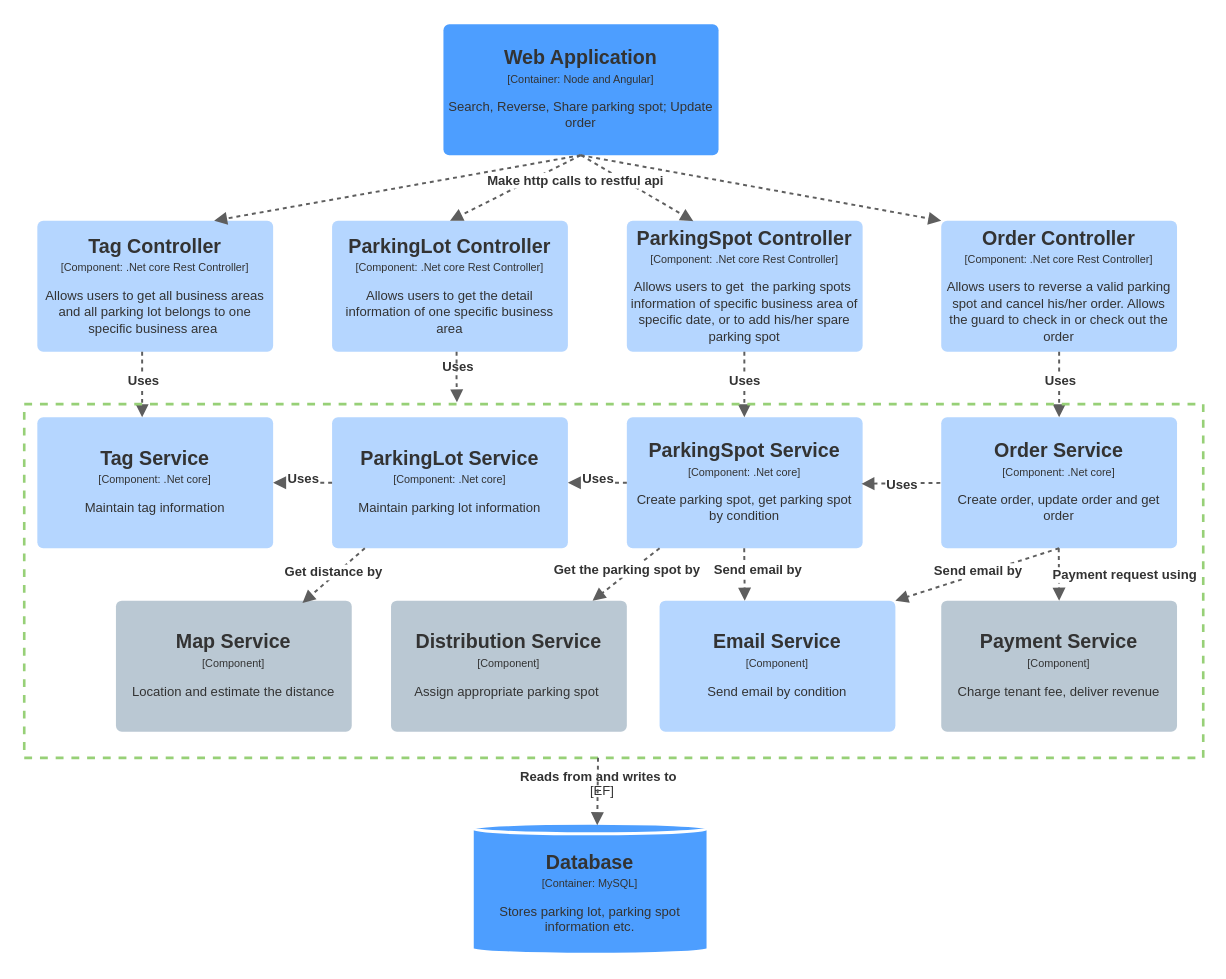
Above: page "Page-6" (6 of 6) of wxt-c4.drawio in XiaotianWU-code/img (draw.io), before the change. Source tidied: cells renumbered, new cells numbered last; positions are measured from the earlier drawing's top-left corner, leaving out a move shared by most shapes. Both pictures are drawn from the tidied source at 131%, with x=0, y=0 at pixel (24, 24).
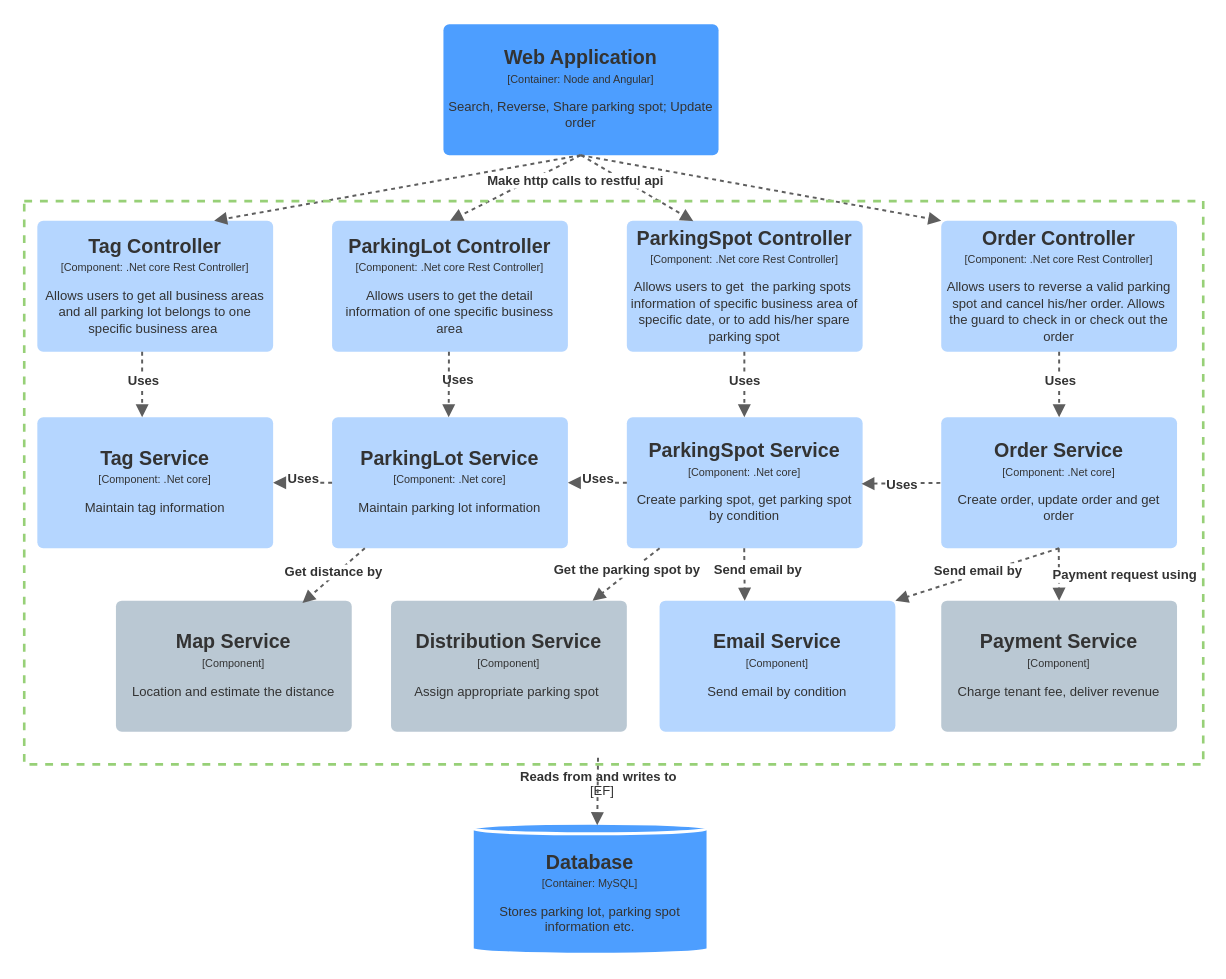
Above is the later version.

The change refers to these unchanged cells:
```xml
<mxCell id="3" value="&lt;div style=&quot;display: flex; justify-content: center; text-align: center; align-items: baseline; font-size: 0; line-height: 1.25;margin-top: -2px;&quot;&gt;&lt;span&gt;&lt;span style=&quot;font-size:15px;color:#333333;font-weight: bold;&quot;&gt;ParkingLot Controller&lt;/span&gt;&lt;span style=&quot;font-size:16.7px;color:#333333;&quot;&gt;&lt;br&gt;&lt;/span&gt;&lt;span style=&quot;font-size:8.3px;color:#333333;&quot;&gt;[Component: .Net core Rest Controller]&lt;br&gt;&lt;br&gt;&lt;/span&gt;&lt;span style=&quot;font-size:10px;color:#333333;&quot;&gt; Allows users to get the detail information of one specific business area&lt;/span&gt;&lt;/span&gt;&lt;/div&gt;" style="html=1;overflow=block;blockSpacing=1;whiteSpace=wrap;fontSize=13;spacing=3.8;strokeOpacity=0;fillOpacity=100;rounded=1;absoluteArcSize=1;arcSize=9;fillColor=#b5d6ff;strokeWidth=2.3;" parent="1" vertex="1">
  <mxGeometry x="235" y="150" width="180" height="100" as="geometry" />
</mxCell>
```

Diff of the diagram source:
```diff
@@
     <mxCell id="44" style="rounded=0;whiteSpace=wrap;html=1;dashed=1;strokeColor=#97D077;strokeWidth=2;fillColor=none;" parent="1" vertex="1">
-      <mxGeometry y="290" width="900" height="270" as="geometry" />
+      <mxGeometry y="135" width="900" height="430" as="geometry" />
     </mxCell>
     <mxCell id="45" value="Uses" style="text;html=1;labelBackgroundColor=default;align=center;verticalAlign=middle;fontStyle=1;fontColor=#333333;fontSize=10;" parent="1" vertex="1">
-      <mxGeometry x="100" y="270" as="geometry">
+      <mxGeometry x="100" y="280" as="geometry">
         <mxPoint x="230" y="-10" as="offset" />
       </mxGeometry>
     </mxCell>
-    <mxCell id="46" style="html=1;jettySize=18;whiteSpace=wrap;overflow=block;blockSpacing=1;fontSize=13;strokeColor=#5e5e5e;strokeOpacity=100;dashed=1;fixDash=1;strokeWidth=1.5;rounded=0;startArrow=none;endArrow=block;endFill=1;exitX=0.528;exitY=1;exitPerimeter=0;exitDx=0;exitDy=0;entryX=0.367;entryY=-0.005;entryDx=0;entryDy=0;entryPerimeter=0;" parent="1" edge="1" source="3" target="44">
-      <mxGeometry relative="1" as="geometry">
-        <Array as="points">
-          <mxPoint x="330" y="270" />
-        </Array>
-      </mxGeometry>
-    </mxCell>
@@
+    <mxCell id="48" style="html=1;jettySize=18;whiteSpace=wrap;overflow=block;blockSpacing=1;fontSize=13;strokeColor=#5e5e5e;strokeOpacity=100;dashed=1;fixDash=1;strokeWidth=1.5;rounded=0;startArrow=none;endArrow=block;endFill=1;entryX=0.4;entryY=0;entryDx=0;entryDy=0;entryPerimeter=0;" parent="1" edge="1">
+      <mxGeometry relative="1" as="geometry">
+        <mxPoint x="324.2" y="250" as="sourcePoint" />
+        <mxPoint x="324" y="300" as="targetPoint" />
+      </mxGeometry>
+    </mxCell>
```
